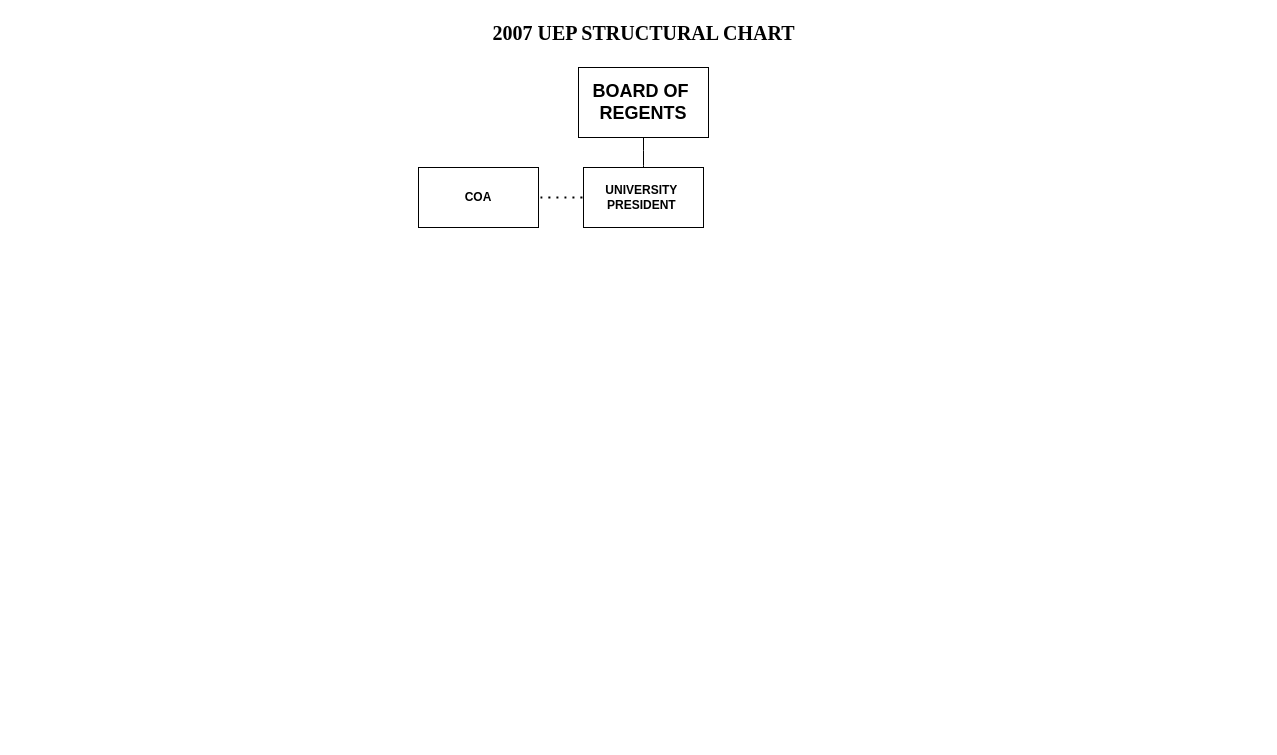
Earlier version of the draw.io diagram ICT.drawio (VCODERN/draw.io). Source tidied: cells renumbered, new cells numbered last; positions are measured from the earlier drawing's top-left corner, leaving out a move shared by most shapes. Both pictures are drawn from the tidied source at 100%, with x=0, y=0 at pixel (418, 17).
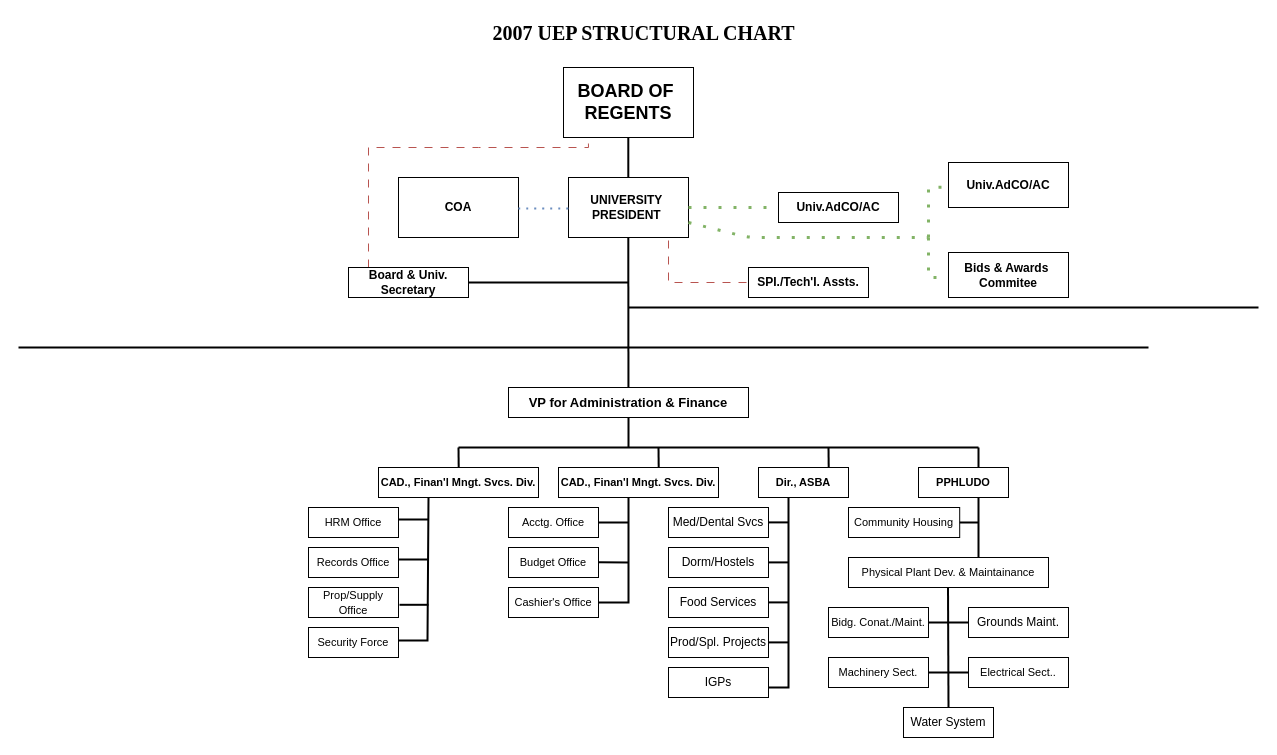
Above is the later version.

Change to the diagram source:
```diff
@@
-    <mxCell id="2" value="&lt;h2&gt;BOARD OF&amp;nbsp;&lt;br&gt;REGENTS&lt;/h2&gt;" style="rounded=0;whiteSpace=wrap;html=1;" parent="1" vertex="1">
-      <mxGeometry x="160" y="50" width="130" height="70" as="geometry" />
-    </mxCell>
@@
     <mxCell id="4" value="&lt;b&gt;UNIVERSITY&amp;nbsp;&lt;/b&gt;&lt;div&gt;&lt;b&gt;PRESIDENT&amp;nbsp;&lt;/b&gt;&lt;/div&gt;" style="whiteSpace=wrap;html=1;rounded=0;" parent="1" vertex="1">
-      <mxGeometry x="165" y="150" width="120" height="60" as="geometry" />
+      <mxGeometry x="150" y="160" width="120" height="60" as="geometry" />
     </mxCell>
-    <mxCell id="5" style="endArrow=none;html=1;rounded=0;fontSize=12;startSize=8;endSize=8;curved=1;entryX=0.5;entryY=1;entryDx=0;entryDy=0;exitX=0.5;exitY=0;exitDx=0;exitDy=0;" parent="1" edge="1" source="4" target="2">
-      <mxGeometry relative="1" as="geometry" />
+    <mxCell id="5" style="endArrow=none;html=1;rounded=0;fontSize=12;startSize=8;endSize=8;curved=1;entryX=0.5;entryY=1;entryDx=0;entryDy=0;exitX=0.5;exitY=0;exitDx=0;exitDy=0;strokeWidth=2;" parent="1" edge="1">
+      <mxGeometry relative="1" as="geometry">
+        <mxPoint x="209.8" y="160" as="sourcePoint" />
+        <mxPoint x="209.8" y="120" as="targetPoint" />
+      </mxGeometry>
     </mxCell>
     <mxCell id="6" value="&lt;b&gt;COA&lt;/b&gt;" style="whiteSpace=wrap;html=1;rounded=0;" parent="1" vertex="1">
-      <mxGeometry y="150" width="120" height="60" as="geometry" />
+      <mxGeometry x="-20" y="160" width="120" height="60" as="geometry" />
     </mxCell>
-    <mxCell id="7" style="endArrow=none;dashed=1;html=1;dashPattern=1 3;strokeWidth=2;rounded=0;fontSize=12;startSize=8;endSize=8;curved=1;entryX=0;entryY=0.5;entryDx=0;entryDy=0;" parent="1" edge="1" target="4">
+    <mxCell id="7" style="endArrow=none;dashed=1;html=1;dashPattern=1 3;strokeWidth=2;rounded=0;fontSize=12;startSize=8;endSize=8;curved=1;flowAnimation=1;fillColor=#dae8fc;strokeColor=light-dark(#6c8ebf, #006aff);gradientColor=#7ea6e0;" parent="1" edge="1">
       <mxGeometry relative="1" as="geometry">
-        <mxPoint x="122" y="180" as="sourcePoint" />
+        <mxPoint x="99.9" y="190.9" as="sourcePoint" />
+        <mxPoint x="150" y="191" as="targetPoint" />
+        <Array as="points">
+          <mxPoint x="99.9" y="190.9" />
+        </Array>
       </mxGeometry>
     </mxCell>
+    <mxCell id="8" style="endArrow=none;dashed=1;html=1;rounded=0;curved=0;dashPattern=8 8;flowAnimation=1;entryX=0.191;entryY=1.003;entryDx=0;entryDy=0;fillColor=#f8cecc;gradientColor=#ea6b66;strokeColor=light-dark(#B85450,#FF0000);entryPerimeter=0;" parent="1" edge="1" target="2">
+      <mxGeometry relative="1" as="geometry">
+        <mxPoint x="-50" y="250" as="sourcePoint" />
+        <Array as="points">
+          <mxPoint x="-50" y="130" />
+          <mxPoint x="60" y="130" />
+          <mxPoint x="170" y="130" />
+        </Array>
+      </mxGeometry>
+    </mxCell>
+    <mxCell id="9" value="&lt;b&gt;Univ.AdCO/AC&lt;/b&gt;" style="whiteSpace=wrap;html=1;rounded=0;" parent="1" vertex="1">
+      <mxGeometry x="360" y="175" width="120" height="30" as="geometry" />
+    </mxCell>
+    <mxCell id="10" value="&lt;b&gt;Univ.AdCO/AC&lt;/b&gt;" style="whiteSpace=wrap;html=1;rounded=0;" parent="1" vertex="1">
+      <mxGeometry x="530" y="145" width="120" height="45" as="geometry" />
+    </mxCell>
+    <mxCell id="11" value="&lt;b&gt;SPI./Tech'I. Assts.&lt;/b&gt;" style="whiteSpace=wrap;html=1;rounded=0;" parent="1" vertex="1">
+      <mxGeometry x="330" y="250" width="120" height="30" as="geometry" />
+    </mxCell>
+    <mxCell id="12" style="endArrow=none;dashed=1;html=1;rounded=0;curved=0;dashPattern=8 8;flowAnimation=1;fillColor=#f8cecc;gradientColor=#ea6b66;strokeColor=light-dark(#B85450,#FF0000);entryX=0;entryY=0.5;entryDx=0;entryDy=0;" parent="1" edge="1" target="11">
+      <mxGeometry relative="1" as="geometry">
+        <mxPoint x="250" y="223" as="sourcePoint" />
+        <Array as="points">
+          <mxPoint x="250" y="265" />
+        </Array>
+      </mxGeometry>
+    </mxCell>
+    <mxCell id="2" value="&lt;h2&gt;BOARD OF&amp;nbsp;&lt;br&gt;REGENTS&lt;/h2&gt;" style="rounded=0;whiteSpace=wrap;html=1;" parent="1" vertex="1">
+      <mxGeometry x="145" y="50" width="130" height="70" as="geometry" />
+    </mxCell>
+    <mxCell id="13" value="&lt;b&gt;Board &amp;amp; Univ. Secretary&lt;/b&gt;" style="whiteSpace=wrap;html=1;rounded=0;" parent="1" vertex="1">
+      <mxGeometry x="-70" y="250" width="120" height="30" as="geometry" />
+    </mxCell>
+    <mxCell id="14" style="endArrow=none;html=1;rounded=0;fontSize=12;startSize=8;endSize=8;curved=1;entryX=0.5;entryY=1;entryDx=0;entryDy=0;strokeWidth=2;" parent="1" edge="1">
+      <mxGeometry relative="1" as="geometry">
+        <mxPoint x="210" y="430" as="sourcePoint" />
+        <mxPoint x="209.8" y="220" as="targetPoint" />
+      </mxGeometry>
+    </mxCell>
+    <mxCell id="15" style="endArrow=none;html=1;rounded=0;fontSize=12;startSize=8;endSize=8;curved=1;strokeWidth=2;exitX=1;exitY=0.5;exitDx=0;exitDy=0;" parent="1" edge="1" source="13">
+      <mxGeometry relative="1" as="geometry">
+        <mxPoint x="210" y="265" as="targetPoint" />
+      </mxGeometry>
+    </mxCell>
+    <mxCell id="16" style="endArrow=none;dashed=1;html=1;rounded=1;strokeWidth=3;targetPerimeterSpacing=0;jumpStyle=none;flowAnimation=1;shadow=0;strokeColor=light-dark(#82B366,#00FF00);curved=0;dashPattern=1 4;fillColor=#d5e8d4;gradientColor=#97d077;exitX=1;exitY=0.75;exitDx=0;exitDy=0;" parent="1" edge="1" source="4">
+      <mxGeometry relative="1" as="geometry">
+        <mxPoint x="510" y="220" as="targetPoint" />
+        <Array as="points">
+          <mxPoint x="330" y="220" />
+        </Array>
+      </mxGeometry>
+    </mxCell>
+    <mxCell id="17" style="endArrow=none;dashed=1;html=1;dashPattern=1 4;strokeWidth=3;rounded=0;fillColor=#d5e8d4;gradientColor=#97d077;strokeColor=light-dark(#82b366, #00ff04);entryX=0.003;entryY=0.547;entryDx=0;entryDy=0;flowAnimation=1;entryPerimeter=0;" parent="1" edge="1" target="10">
+      <mxGeometry relative="1" as="geometry">
+        <mxPoint x="510" y="220" as="sourcePoint" />
+        <Array as="points">
+          <mxPoint x="510" y="170" />
+        </Array>
+      </mxGeometry>
+    </mxCell>
+    <mxCell id="18" style="endArrow=none;dashed=1;html=1;dashPattern=1 4;strokeWidth=3;rounded=0;fillColor=#d5e8d4;gradientColor=#97d077;strokeColor=light-dark(#82b366, #00ff04);flowAnimation=1;entryX=0.022;entryY=0.56;entryDx=0;entryDy=0;entryPerimeter=0;" parent="1" edge="1" target="19">
+      <mxGeometry relative="1" as="geometry">
+        <mxPoint x="510" y="220" as="sourcePoint" />
+        <Array as="points">
+          <mxPoint x="510" y="260" />
+        </Array>
+      </mxGeometry>
+    </mxCell>
+    <mxCell id="19" value="&lt;b&gt;Bids &amp;amp; Awards&amp;nbsp;&lt;/b&gt;&lt;div&gt;&lt;b&gt;Commitee&lt;/b&gt;&lt;/div&gt;" style="whiteSpace=wrap;html=1;rounded=0;" parent="1" vertex="1">
+      <mxGeometry x="530" y="235" width="120" height="45" as="geometry" />
+    </mxCell>
+    <mxCell id="20" style="endArrow=none;dashed=1;html=1;dashPattern=1 4;strokeWidth=3;rounded=0;fillColor=#d5e8d4;gradientColor=#97d077;strokeColor=light-dark(#82b366, #00ff04);entryX=0;entryY=0.5;entryDx=0;entryDy=0;flowAnimation=1;exitX=1;exitY=0.5;exitDx=0;exitDy=0;" parent="1" edge="1" source="4" target="9">
+      <mxGeometry relative="1" as="geometry">
+        <Array as="points">
+          <mxPoint x="320" y="190" />
+        </Array>
+      </mxGeometry>
+    </mxCell>
+    <mxCell id="21" style="endArrow=none;html=1;rounded=0;fontSize=12;startSize=8;endSize=8;curved=1;strokeWidth=2;exitX=1;exitY=0.5;exitDx=0;exitDy=0;" parent="1" edge="1">
+      <mxGeometry relative="1" as="geometry">
+        <mxPoint x="210" y="290" as="sourcePoint" />
+        <mxPoint x="840" y="290" as="targetPoint" />
+      </mxGeometry>
+    </mxCell>
+    <mxCell id="22" style="endArrow=none;html=1;rounded=0;fontSize=12;startSize=8;endSize=8;curved=1;strokeWidth=2;" parent="1" edge="1">
+      <mxGeometry relative="1" as="geometry">
+        <mxPoint x="-400" y="330" as="sourcePoint" />
+        <mxPoint x="730" y="330" as="targetPoint" />
+      </mxGeometry>
+    </mxCell>
+    <mxCell id="23" value="&lt;b&gt;&lt;font style=&quot;font-size: 13px;&quot;&gt;VP for Administration &amp;amp; Finance&lt;/font&gt;&lt;/b&gt;" style="whiteSpace=wrap;html=1;rounded=0;" parent="1" vertex="1">
+      <mxGeometry x="90" y="370" width="240" height="30" as="geometry" />
+    </mxCell>
+    <mxCell id="24" value="&lt;font style=&quot;font-size: 11px;&quot;&gt;&lt;b&gt;CAD., Finan'l Mngt. Svcs. Div.&lt;/b&gt;&lt;/font&gt;" style="whiteSpace=wrap;html=1;rounded=0;" parent="1" vertex="1">
+      <mxGeometry x="140" y="450" width="160" height="30" as="geometry" />
+    </mxCell>
+    <mxCell id="25" style="endArrow=none;html=1;rounded=0;fontSize=12;startSize=8;endSize=8;curved=0;strokeWidth=2;targetPerimeterSpacing=-1;" parent="1" edge="1">
+      <mxGeometry relative="1" as="geometry">
+        <mxPoint x="40" y="430" as="sourcePoint" />
+        <mxPoint x="560" y="430" as="targetPoint" />
+      </mxGeometry>
+    </mxCell>
+    <mxCell id="26" style="endArrow=none;html=1;rounded=0;fontSize=12;startSize=8;endSize=8;curved=1;strokeWidth=2;" parent="1" edge="1">
+      <mxGeometry relative="1" as="geometry">
+        <mxPoint x="240.2" y="450" as="sourcePoint" />
+        <mxPoint x="240" y="430" as="targetPoint" />
+      </mxGeometry>
+    </mxCell>
+    <mxCell id="27" value="&lt;span style=&quot;font-size: 11px;&quot;&gt;&lt;b&gt;Dir., ASBA&lt;/b&gt;&lt;/span&gt;" style="whiteSpace=wrap;html=1;rounded=0;" parent="1" vertex="1">
+      <mxGeometry x="340" y="450" width="90" height="30" as="geometry" />
+    </mxCell>
+    <mxCell id="28" style="endArrow=none;html=1;rounded=0;fontSize=12;startSize=8;endSize=8;curved=1;strokeWidth=2;" parent="1" edge="1">
+      <mxGeometry relative="1" as="geometry">
+        <mxPoint x="410.2" y="450" as="sourcePoint" />
+        <mxPoint x="410" y="430" as="targetPoint" />
+      </mxGeometry>
+    </mxCell>
+    <mxCell id="29" style="endArrow=none;html=1;rounded=1;fontSize=12;startSize=8;endSize=8;curved=0;strokeWidth=2;" parent="1" edge="1">
+      <mxGeometry relative="1" as="geometry">
+        <mxPoint x="560" y="540" as="sourcePoint" />
+        <mxPoint x="560" y="430" as="targetPoint" />
+      </mxGeometry>
+    </mxCell>
+    <mxCell id="30" value="&lt;font style=&quot;font-size: 11px;&quot;&gt;&lt;b&gt;CAD., Finan'l Mngt. Svcs. Div.&lt;/b&gt;&lt;/font&gt;" style="whiteSpace=wrap;html=1;rounded=0;" parent="1" vertex="1">
+      <mxGeometry x="-40" y="450" width="160" height="30" as="geometry" />
+    </mxCell>
+    <mxCell id="31" style="endArrow=none;html=1;rounded=0;fontSize=12;startSize=8;endSize=8;curved=1;strokeWidth=2;" parent="1" edge="1">
+      <mxGeometry relative="1" as="geometry">
+        <mxPoint x="40.2" y="450" as="sourcePoint" />
+        <mxPoint x="40" y="430" as="targetPoint" />
+      </mxGeometry>
+    </mxCell>
+    <mxCell id="32" style="endArrow=none;html=1;rounded=0;fontSize=12;startSize=8;endSize=8;curved=1;strokeWidth=2;" parent="1" edge="1">
+      <mxGeometry relative="1" as="geometry">
+        <mxPoint x="210" y="505.1" as="sourcePoint" />
+        <mxPoint x="180" y="504.9" as="targetPoint" />
+      </mxGeometry>
+    </mxCell>
+    <mxCell id="33" style="endArrow=none;html=1;rounded=0;fontSize=12;startSize=8;endSize=8;curved=1;strokeWidth=2;" parent="1" edge="1">
+      <mxGeometry relative="1" as="geometry">
+        <mxPoint x="210" y="545" as="sourcePoint" />
+        <mxPoint x="180" y="544.7" as="targetPoint" />
+      </mxGeometry>
+    </mxCell>
+    <mxCell id="34" value="&lt;span style=&quot;font-size: 11px;&quot;&gt;Acctg. Office&lt;/span&gt;" style="whiteSpace=wrap;html=1;rounded=0;" parent="1" vertex="1">
+      <mxGeometry x="90" y="490" width="90" height="30" as="geometry" />
+    </mxCell>
+    <mxCell id="35" value="&lt;span style=&quot;font-size: 11px;&quot;&gt;Budget Office&lt;/span&gt;" style="whiteSpace=wrap;html=1;rounded=0;" parent="1" vertex="1">
+      <mxGeometry x="90" y="530" width="90" height="30" as="geometry" />
+    </mxCell>
+    <mxCell id="36" value="&lt;span style=&quot;font-size: 11px;&quot;&gt;Cashier's Office&lt;/span&gt;" style="whiteSpace=wrap;html=1;rounded=0;" parent="1" vertex="1">
+      <mxGeometry x="90" y="570" width="90" height="30" as="geometry" />
+    </mxCell>
+    <mxCell id="37" value="&lt;span style=&quot;font-size: 11px;&quot;&gt;&lt;span style=&quot;font-weight: normal;&quot;&gt;HRM Office&lt;/span&gt;&lt;/span&gt;" style="whiteSpace=wrap;html=1;rounded=0;fontStyle=1;" parent="1" vertex="1">
+      <mxGeometry x="-110" y="490" width="90" height="30" as="geometry" />
+    </mxCell>
+    <mxCell id="38" value="&lt;span style=&quot;font-size: 11px;&quot;&gt;Records Office&lt;/span&gt;" style="whiteSpace=wrap;html=1;rounded=0;" parent="1" vertex="1">
+      <mxGeometry x="-110" y="530" width="90" height="30" as="geometry" />
+    </mxCell>
+    <mxCell id="39" value="&lt;span style=&quot;font-size: 11px;&quot;&gt;Prop/Supply Office&lt;/span&gt;" style="whiteSpace=wrap;html=1;rounded=0;" parent="1" vertex="1">
+      <mxGeometry x="-110" y="570" width="90" height="30" as="geometry" />
+    </mxCell>
+    <mxCell id="40" style="endArrow=none;html=1;rounded=0;fontSize=12;startSize=8;endSize=8;curved=1;strokeWidth=2;" parent="1" edge="1">
+      <mxGeometry relative="1" as="geometry">
+        <mxPoint x="10" y="502" as="sourcePoint" />
+        <mxPoint x="-20" y="502" as="targetPoint" />
+      </mxGeometry>
+    </mxCell>
+    <mxCell id="41" style="endArrow=none;html=1;rounded=0;fontSize=12;startSize=8;endSize=8;curved=1;strokeWidth=2;" parent="1" edge="1">
+      <mxGeometry relative="1" as="geometry">
+        <mxPoint x="10" y="542" as="sourcePoint" />
+        <mxPoint x="-20" y="542" as="targetPoint" />
+      </mxGeometry>
+    </mxCell>
+    <mxCell id="42" style="endArrow=none;html=1;rounded=0;fontSize=12;startSize=8;endSize=8;curved=1;strokeWidth=2;entryX=1.006;entryY=0.659;entryDx=0;entryDy=0;entryPerimeter=0;" parent="1" edge="1">
+      <mxGeometry relative="1" as="geometry">
+        <mxPoint x="10" y="587.3" as="sourcePoint" />
+        <mxPoint x="-19" y="587.3" as="targetPoint" />
+      </mxGeometry>
+    </mxCell>
+    <mxCell id="43" value="&lt;span style=&quot;font-size: 11px;&quot;&gt;Security Force&lt;/span&gt;" style="whiteSpace=wrap;html=1;rounded=0;" parent="1" vertex="1">
+      <mxGeometry x="-110" y="610" width="90" height="30" as="geometry" />
+    </mxCell>
+    <mxCell id="44" style="endArrow=none;html=1;rounded=0;strokeWidth=2;exitX=1;exitY=0.5;exitDx=0;exitDy=0;" parent="1" edge="1">
+      <mxGeometry relative="1" as="geometry">
+        <mxPoint x="-20" y="623" as="sourcePoint" />
+        <mxPoint x="10" y="480" as="targetPoint" />
+        <Array as="points">
+          <mxPoint x="9" y="623" />
+        </Array>
+      </mxGeometry>
+    </mxCell>
+    <mxCell id="45" style="endArrow=none;html=1;rounded=0;strokeWidth=2;exitX=1;exitY=0.5;exitDx=0;exitDy=0;" parent="1" edge="1" source="36">
+      <mxGeometry relative="1" as="geometry">
+        <mxPoint x="210" y="480" as="targetPoint" />
+        <Array as="points">
+          <mxPoint x="210" y="585" />
+        </Array>
+      </mxGeometry>
+    </mxCell>
+    <mxCell id="46" style="endArrow=none;html=1;rounded=0;strokeWidth=2;exitX=0.99;exitY=0.67;exitDx=0;exitDy=0;exitPerimeter=0;" parent="1" edge="1" source="55">
+      <mxGeometry relative="1" as="geometry">
+        <mxPoint x="370" y="480" as="targetPoint" />
+        <Array as="points">
+          <mxPoint x="370" y="670" />
+        </Array>
+      </mxGeometry>
+    </mxCell>
+    <mxCell id="47" style="endArrow=none;html=1;rounded=0;strokeWidth=2;" parent="1" edge="1">
+      <mxGeometry relative="1" as="geometry">
+        <mxPoint x="350" y="504.9" as="sourcePoint" />
+        <mxPoint x="370" y="504.9" as="targetPoint" />
+      </mxGeometry>
+    </mxCell>
+    <mxCell id="48" value="Med/Dental Svcs" style="whiteSpace=wrap;html=1;rounded=0;" parent="1" vertex="1">
+      <mxGeometry x="250" y="490" width="100" height="30" as="geometry" />
+    </mxCell>
+    <mxCell id="49" style="endArrow=none;html=1;rounded=0;strokeWidth=2;" parent="1" edge="1">
+      <mxGeometry relative="1" as="geometry">
+        <mxPoint x="350" y="544.9" as="sourcePoint" />
+        <mxPoint x="370" y="544.9" as="targetPoint" />
+      </mxGeometry>
+    </mxCell>
+    <mxCell id="50" value="Dorm/Hostels" style="whiteSpace=wrap;html=1;rounded=0;" parent="1" vertex="1">
+      <mxGeometry x="250" y="530" width="100" height="30" as="geometry" />
+    </mxCell>
+    <mxCell id="51" style="endArrow=none;html=1;rounded=0;strokeWidth=2;" parent="1" edge="1">
+      <mxGeometry relative="1" as="geometry">
+        <mxPoint x="350" y="584.9" as="sourcePoint" />
+        <mxPoint x="370" y="584.9" as="targetPoint" />
+      </mxGeometry>
+    </mxCell>
+    <mxCell id="52" value="Food Services" style="whiteSpace=wrap;html=1;rounded=0;" parent="1" vertex="1">
+      <mxGeometry x="250" y="570" width="100" height="30" as="geometry" />
+    </mxCell>
+    <mxCell id="53" style="endArrow=none;html=1;rounded=0;strokeWidth=2;" parent="1" edge="1">
+      <mxGeometry relative="1" as="geometry">
+        <mxPoint x="350" y="624.9" as="sourcePoint" />
+        <mxPoint x="370" y="624.9" as="targetPoint" />
+      </mxGeometry>
+    </mxCell>
+    <mxCell id="54" value="Prod/Spl. Projects" style="whiteSpace=wrap;html=1;rounded=0;" parent="1" vertex="1">
+      <mxGeometry x="250" y="610" width="100" height="30" as="geometry" />
+    </mxCell>
+    <mxCell id="55" value="IGPs" style="whiteSpace=wrap;html=1;rounded=0;" parent="1" vertex="1">
+      <mxGeometry x="250" y="650" width="100" height="30" as="geometry" />
+    </mxCell>
+    <mxCell id="56" value="&lt;span style=&quot;font-size: 11px;&quot;&gt;&lt;b&gt;PPHLUDO&lt;/b&gt;&lt;/span&gt;" style="whiteSpace=wrap;html=1;rounded=0;" parent="1" vertex="1">
+      <mxGeometry x="500" y="450" width="90" height="30" as="geometry" />
+    </mxCell>
+    <mxCell id="57" value="&lt;font style=&quot;font-size: 11px;&quot;&gt;Community Housing&lt;/font&gt;" style="whiteSpace=wrap;html=1;rounded=0;" parent="1" vertex="1">
+      <mxGeometry x="430" y="490" width="111.2" height="30" as="geometry" />
+    </mxCell>
+    <mxCell id="58" style="endArrow=none;html=1;rounded=0;strokeWidth=2;exitX=1;exitY=0.5;exitDx=0;exitDy=0;" parent="1" edge="1" source="57">
+      <mxGeometry relative="1" as="geometry">
+        <mxPoint x="560" y="505" as="targetPoint" />
+      </mxGeometry>
+    </mxCell>
+    <mxCell id="59" value="&lt;font style=&quot;font-size: 11px;&quot;&gt;Physical Plant Dev. &amp;amp; Maintainance&lt;/font&gt;" style="whiteSpace=wrap;html=1;rounded=0;" parent="1" vertex="1">
+      <mxGeometry x="430" y="540" width="200" height="30" as="geometry" />
+    </mxCell>
+    <mxCell id="60" style="endArrow=none;html=1;rounded=0;strokeWidth=2;" parent="1" edge="1">
+      <mxGeometry relative="1" as="geometry">
+        <mxPoint x="530" y="690" as="sourcePoint" />
+        <mxPoint x="529.5" y="570" as="targetPoint" />
+      </mxGeometry>
+    </mxCell>
+    <mxCell id="61" style="endArrow=none;html=1;rounded=0;strokeWidth=2;" parent="1" edge="1">
+      <mxGeometry relative="1" as="geometry">
+        <mxPoint x="510" y="604.9" as="sourcePoint" />
+        <mxPoint x="530" y="605" as="targetPoint" />
+      </mxGeometry>
+    </mxCell>
+    <mxCell id="62" value="&lt;font style=&quot;font-size: 11px;&quot;&gt;Bidg. Conat./Maint.&lt;/font&gt;" style="whiteSpace=wrap;html=1;rounded=0;" parent="1" vertex="1">
+      <mxGeometry x="410" y="590" width="100" height="30" as="geometry" />
+    </mxCell>
+    <mxCell id="63" style="endArrow=none;html=1;rounded=0;strokeWidth=2;" parent="1" edge="1">
+      <mxGeometry relative="1" as="geometry">
+        <mxPoint x="530" y="604.9" as="sourcePoint" />
+        <mxPoint x="550" y="605" as="targetPoint" />
+      </mxGeometry>
+    </mxCell>
+    <mxCell id="64" value="Grounds Maint." style="whiteSpace=wrap;html=1;rounded=0;" parent="1" vertex="1">
+      <mxGeometry x="550" y="590" width="100" height="30" as="geometry" />
+    </mxCell>
+    <mxCell id="65" style="endArrow=none;html=1;rounded=0;strokeWidth=2;" parent="1" edge="1">
+      <mxGeometry relative="1" as="geometry">
+        <mxPoint x="510" y="654.9" as="sourcePoint" />
+        <mxPoint x="530" y="655" as="targetPoint" />
+      </mxGeometry>
+    </mxCell>
+    <mxCell id="66" value="&lt;font style=&quot;font-size: 11px;&quot;&gt;Machinery Sect.&lt;/font&gt;" style="whiteSpace=wrap;html=1;rounded=0;" parent="1" vertex="1">
+      <mxGeometry x="410" y="640" width="100" height="30" as="geometry" />
+    </mxCell>
+    <mxCell id="67" style="endArrow=none;html=1;rounded=0;strokeWidth=2;" parent="1" edge="1">
+      <mxGeometry relative="1" as="geometry">
+        <mxPoint x="530" y="654.9" as="sourcePoint" />
+        <mxPoint x="550" y="655" as="targetPoint" />
+      </mxGeometry>
+    </mxCell>
+    <mxCell id="68" value="&lt;font style=&quot;font-size: 11px;&quot;&gt;Electrical Sect..&lt;/font&gt;" style="whiteSpace=wrap;html=1;rounded=0;" parent="1" vertex="1">
+      <mxGeometry x="550" y="640" width="100" height="30" as="geometry" />
+    </mxCell>
+    <mxCell id="69" value="Water System" style="whiteSpace=wrap;html=1;rounded=0;" parent="1" vertex="1">
+      <mxGeometry x="485" y="690" width="90" height="30" as="geometry" />
+    </mxCell>
```
